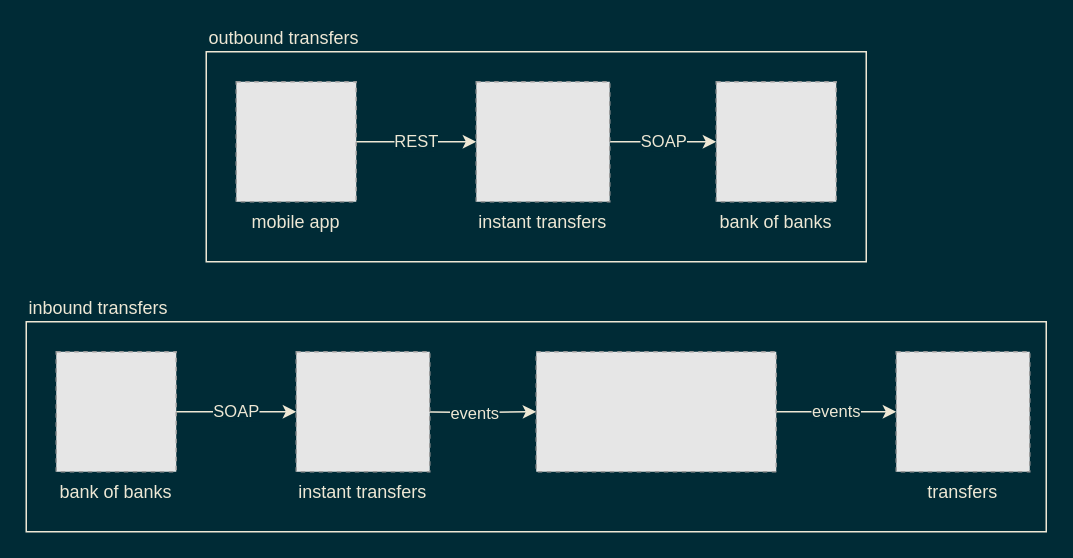
Before: svg-drawio/external/components.drawio in raulmiraoliver/shopify-tech_deep_dive, a draw.io diagram. Source tidied: cells renumbered, new cells numbered last; positions are measured from the earlier drawing's top-left corner, leaving out a move shared by most shapes. Both pictures are drawn from the tidied source at 150%, with x=0, y=0 at pixel (26, 51). Pictures stored in the file or linked from it are replaced by grey dashed boxes.
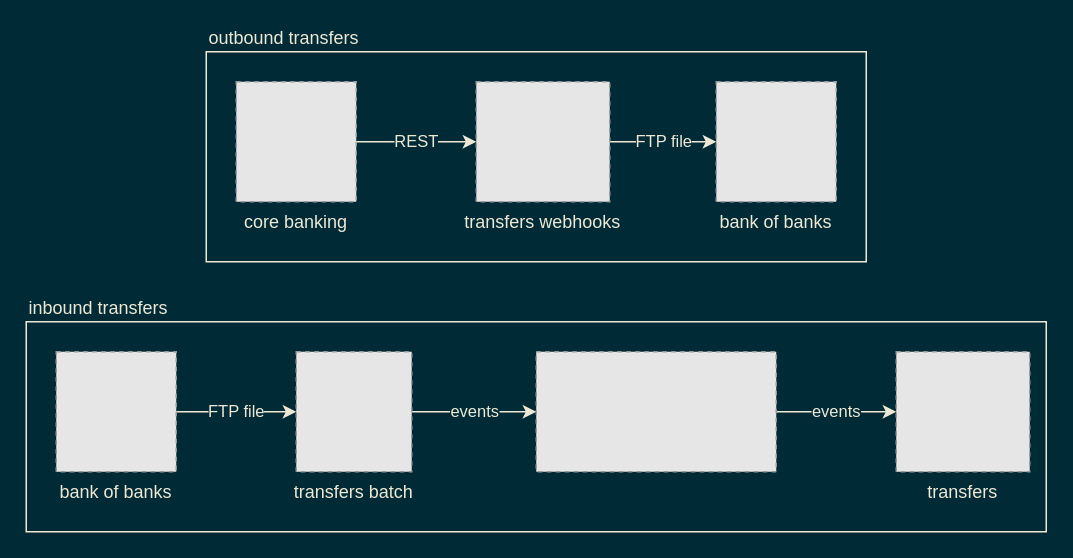
The same diagram, later.

Commit message (it also covers changes not shown here):
fix wrong img srcs + switch instant/external components.svg

Diff of the diagram source:
```diff
@@
 <mxGraphModel background="#002B36">
   <root>
     <mxCell id="0" />
     <mxCell id="1" parent="0" />
     <mxCell id="2" value="inbound transfers" style="rounded=0;whiteSpace=wrap;html=1;fontColor=#EEE8D5;fillColor=none;strokeColor=#EEE8D5;align=left;horizontal=1;labelPosition=center;verticalLabelPosition=top;verticalAlign=bottom;" parent="1" vertex="1">
       <mxGeometry y="180" width="680" height="140" as="geometry" />
     </mxCell>
     <mxCell id="3" value="outbound transfers" style="rounded=0;whiteSpace=wrap;html=1;fontColor=#EEE8D5;fillColor=none;strokeColor=#EEE8D5;align=left;horizontal=1;labelPosition=center;verticalLabelPosition=top;verticalAlign=bottom;" parent="1" vertex="1">
       <mxGeometry x="120" width="440" height="140" as="geometry" />
     </mxCell>
+    <mxCell id="16" value="core banking" style="fillColor=#E6E6E6;strokeColor=#999999;dashed=1;verticalLabelPosition=bottom;verticalAlign=top;fontColor=#eee8d5;" parent="1" vertex="1">
+      <mxGeometry x="140" y="20" width="80" height="80" as="geometry" />
+    </mxCell>
-    <mxCell id="4" value="REST" style="rounded=0;jettySize=auto;html=1;fontColor=#EEE8D5;labelBackgroundColor=#002B36;labelBorderColor=none;strokeColor=#eee8d5;startArrow=none;startFill=0;exitX=1;exitY=0.5;exitDx=0;exitDy=0;entryX=0;entryY=0.5;entryDx=0;entryDy=0;" parent="1" edge="1" target="6">
-      <mxGeometry relative="1" as="geometry">
-        <mxPoint x="220" y="60" as="sourcePoint" />
-      </mxGeometry>
+    <mxCell id="4" value="REST" style="rounded=0;jettySize=auto;html=1;fontColor=#EEE8D5;labelBackgroundColor=#002B36;labelBorderColor=none;strokeColor=#eee8d5;startArrow=none;startFill=0;exitX=1;exitY=0.5;exitDx=0;exitDy=0;entryX=0;entryY=0.5;entryDx=0;entryDy=0;" parent="1" edge="1" source="16" target="6">
+      <mxGeometry relative="1" as="geometry" />
     </mxCell>
-    <mxCell id="5" value="SOAP" style="edgeStyle=orthogonalEdgeStyle;rounded=0;jettySize=auto;html=1;exitX=1;exitY=0.5;exitDx=0;exitDy=0;entryX=0;entryY=0.5;entryDx=0;entryDy=0;fontColor=#EEE8D5;strokeColor=#EEE8D5;labelBackgroundColor=#002B36;" parent="1" edge="1" source="6" target="7">
+    <mxCell id="5" value="FTP file" style="edgeStyle=orthogonalEdgeStyle;rounded=0;jettySize=auto;html=1;exitX=1;exitY=0.5;exitDx=0;exitDy=0;entryX=0;entryY=0.5;entryDx=0;entryDy=0;fontColor=#EEE8D5;strokeColor=#EEE8D5;labelBackgroundColor=#002B36;" parent="1" edge="1" source="6" target="7">
       <mxGeometry relative="1" as="geometry" />
     </mxCell>
-    <mxCell id="6" value="instant transfers" style="fillColor=#E6E6E6;strokeColor=#999999;dashed=1;verticalLabelPosition=bottom;verticalAlign=top;fontColor=#EEE8D5;" parent="1" vertex="1">
+    <mxCell id="6" value="transfers webhooks" style="fillColor=#E6E6E6;strokeColor=#999999;dashed=1;verticalLabelPosition=bottom;verticalAlign=top;fontColor=#EEE8D5;" parent="1" vertex="1">
       <mxGeometry x="300" y="20" width="89" height="80" as="geometry" />
     </mxCell>
     <mxCell id="7" value="bank of banks" style="fillColor=#E6E6E6;strokeColor=#999999;dashed=1;verticalLabelPosition=bottom;verticalAlign=top;fontColor=#EEE8D5;" parent="1" vertex="1">
       <mxGeometry x="460" y="20" width="80" height="80" as="geometry" />
     </mxCell>
-    <mxCell id="8" value="SOAP" style="edgeStyle=orthogonalEdgeStyle;rounded=0;jettySize=auto;html=1;exitX=1;exitY=0.5;exitDx=0;exitDy=0;entryX=0;entryY=0.5;entryDx=0;entryDy=0;labelBackgroundColor=#002B36;strokeColor=#EEE8D5;fontColor=#EEE8D5;" parent="1" edge="1" source="9">
-      <mxGeometry relative="1" as="geometry">
-        <mxPoint x="180" y="240" as="targetPoint" />
-      </mxGeometry>
+    <mxCell id="8" value="FTP file" style="edgeStyle=orthogonalEdgeStyle;rounded=0;jettySize=auto;html=1;exitX=1;exitY=0.5;exitDx=0;exitDy=0;entryX=0;entryY=0.5;entryDx=0;entryDy=0;labelBackgroundColor=#002B36;strokeColor=#EEE8D5;fontColor=#EEE8D5;" parent="1" edge="1" source="9" target="17">
+      <mxGeometry relative="1" as="geometry" />
     </mxCell>
     <mxCell id="9" value="bank of banks" style="fillColor=#E6E6E6;strokeColor=#999999;dashed=1;verticalLabelPosition=bottom;verticalAlign=top;fontColor=#EEE8D5;" parent="1" vertex="1">
       <mxGeometry x="20" y="200" width="80" height="80" as="geometry" />
     </mxCell>
-    <mxCell id="10" value="events" style="edgeStyle=orthogonalEdgeStyle;rounded=0;jettySize=auto;html=1;exitX=1;exitY=0.5;exitDx=0;exitDy=0;entryX=0;entryY=0.5;entryDx=0;entryDy=0;labelBackgroundColor=#002B36;strokeColor=#EEE8D5;fontColor=#EEE8D5;" parent="1" edge="1" target="12">
-      <mxGeometry relative="1" as="geometry">
-        <mxPoint x="257" y="240" as="sourcePoint" />
-      </mxGeometry>
+    <mxCell id="10" value="events" style="edgeStyle=orthogonalEdgeStyle;rounded=0;jettySize=auto;html=1;exitX=1;exitY=0.5;exitDx=0;exitDy=0;entryX=0;entryY=0.5;entryDx=0;entryDy=0;labelBackgroundColor=#002B36;strokeColor=#EEE8D5;fontColor=#EEE8D5;" parent="1" edge="1" source="17" target="12">
+      <mxGeometry relative="1" as="geometry" />
     </mxCell>
+    <mxCell id="17" value="transfers batch" style="fillColor=#E6E6E6;strokeColor=#999999;dashed=1;verticalLabelPosition=bottom;verticalAlign=top;fontColor=#eee8d5;" parent="1" vertex="1">
+      <mxGeometry x="180" y="200" width="77" height="80" as="geometry" />
+    </mxCell>
     <mxCell id="11" value="events" style="edgeStyle=orthogonalEdgeStyle;rounded=0;jettySize=auto;html=1;exitX=1;exitY=0.5;exitDx=0;exitDy=0;entryX=0;entryY=0.5;entryDx=0;entryDy=0;labelBackgroundColor=#002B36;strokeColor=#EEE8D5;fontColor=#EEE8D5;" parent="1" edge="1" source="12" target="13">
       <mxGeometry relative="1" as="geometry" />
     </mxCell>
     <mxCell id="12" style="fillColor=#E6E6E6;strokeColor=#999999;dashed=1;verticalLabelPosition=bottom;verticalAlign=top;fontColor=#eee8d5;" parent="1" vertex="1">
       <mxGeometry x="340" y="200" width="160" height="80" as="geometry" />
     </mxCell>
     <mxCell id="13" value="transfers" style="fillColor=#E6E6E6;strokeColor=#999999;dashed=1;verticalLabelPosition=bottom;verticalAlign=top;fontColor=#eee8d5;" parent="1" vertex="1">
       <mxGeometry x="580" y="200" width="89" height="80" as="geometry" />
     </mxCell>
-    <mxCell id="14" value="mobile app" style="fillColor=#E6E6E6;strokeColor=#999999;dashed=1;verticalLabelPosition=bottom;verticalAlign=top;fontColor=#eee8d5;" parent="1" vertex="1">
-      <mxGeometry x="140" y="20" width="80" height="80" as="geometry" />
-    </mxCell>
-    <mxCell id="15" value="instant transfers" style="fillColor=#E6E6E6;strokeColor=#999999;dashed=1;verticalLabelPosition=bottom;verticalAlign=top;fontColor=#EEE8D5;" parent="1" vertex="1">
-      <mxGeometry x="180" y="200" width="89" height="80" as="geometry" />
-    </mxCell>
   </root>
 </mxGraphModel>
```
